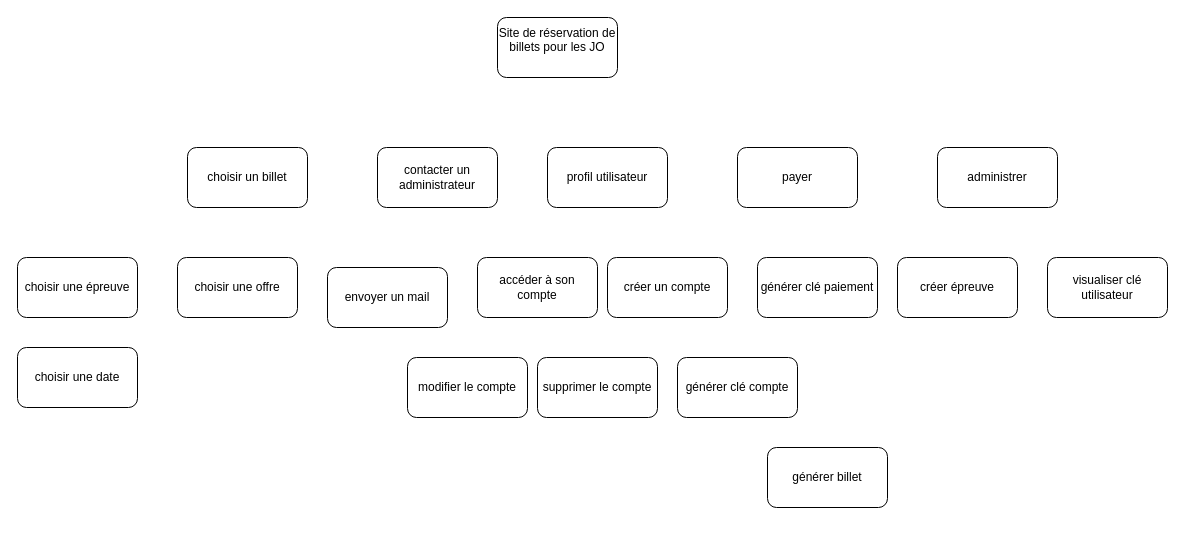
Above: Diagramme sans nom.drawio in mariannemnrt/packman (draw.io), before the change. Source tidied: cells renumbered, new cells numbered last; positions are measured from the earlier drawing's top-left corner, leaving out a move shared by most shapes. Both pictures are drawn from the tidied source at 100%, with x=0, y=0 at pixel (17, 17).
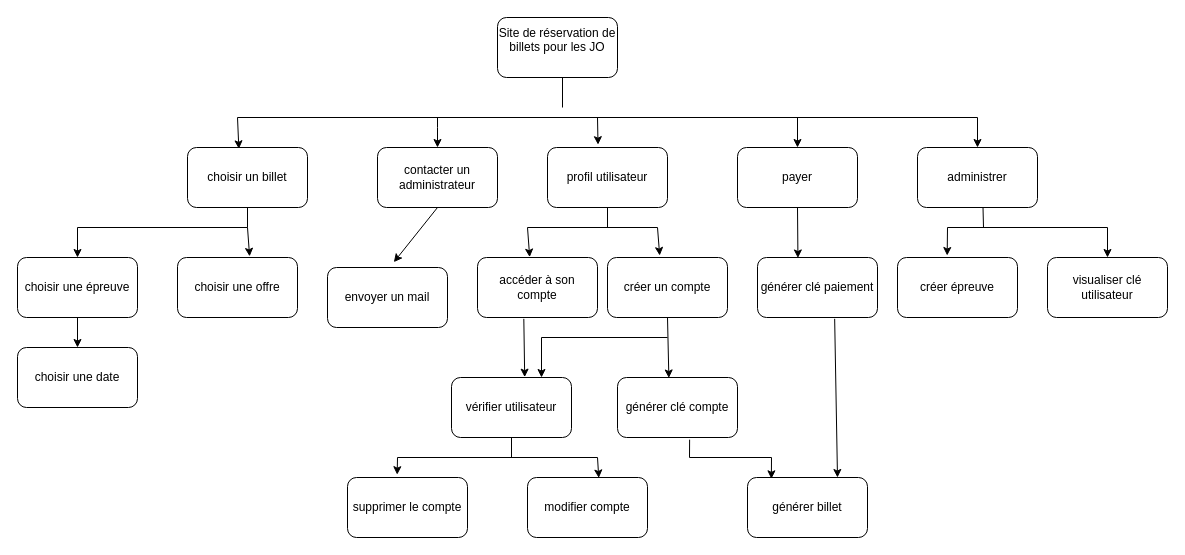
The same diagram, later.

Commit message:
arbre fonctionnalités

Unchanged cells that the change refers to:
```xml
<mxCell id="3" value="choisir un billet " style="rounded=1;whiteSpace=wrap;html=1;" parent="1" vertex="1">
  <mxGeometry x="170" y="130" width="120" height="60" as="geometry" />
</mxCell>
<mxCell id="4" value="profil utilisateur " style="rounded=1;whiteSpace=wrap;html=1;" parent="1" vertex="1">
  <mxGeometry x="530" y="130" width="120" height="60" as="geometry" />
</mxCell>
<mxCell id="5" value="contacter un administrateur " style="rounded=1;whiteSpace=wrap;html=1;" parent="1" vertex="1">
  <mxGeometry x="360" y="130" width="120" height="60" as="geometry" />
</mxCell>
<mxCell id="6" value="payer " style="rounded=1;whiteSpace=wrap;html=1;" parent="1" vertex="1">
  <mxGeometry x="720" y="130" width="120" height="60" as="geometry" />
</mxCell>
<mxCell id="7" value="choisir une épreuve " style="rounded=1;whiteSpace=wrap;html=1;" parent="1" vertex="1">
  <mxGeometry y="240" width="120" height="60" as="geometry" />
</mxCell>
<mxCell id="8" value="choisir une date " style="rounded=1;whiteSpace=wrap;html=1;" parent="1" vertex="1">
  <mxGeometry y="330" width="120" height="60" as="geometry" />
</mxCell>
<mxCell id="9" value="choisir une offre " style="rounded=1;whiteSpace=wrap;html=1;" parent="1" vertex="1">
  <mxGeometry x="160" y="240" width="120" height="60" as="geometry" />
</mxCell>
<mxCell id="10" value="créer un compte " style="rounded=1;whiteSpace=wrap;html=1;" parent="1" vertex="1">
  <mxGeometry x="590" y="240" width="120" height="60" as="geometry" />
</mxCell>
<mxCell id="11" value="accéder à son compte " style="rounded=1;whiteSpace=wrap;html=1;" parent="1" vertex="1">
  <mxGeometry x="460" y="240" width="120" height="60" as="geometry" />
</mxCell>
<mxCell id="14" value="envoyer un mail " style="rounded=1;whiteSpace=wrap;html=1;" parent="1" vertex="1">
  <mxGeometry x="310" y="250" width="120" height="60" as="geometry" />
</mxCell>
<mxCell id="15" value="générer clé paiement " style="rounded=1;whiteSpace=wrap;html=1;" parent="1" vertex="1">
  <mxGeometry x="740" y="240" width="120" height="60" as="geometry" />
</mxCell>
<mxCell id="19" value="créer épreuve " style="rounded=1;whiteSpace=wrap;html=1;" parent="1" vertex="1">
  <mxGeometry x="880" y="240" width="120" height="60" as="geometry" />
</mxCell>
<mxCell id="20" value="visualiser clé utilisateur" style="rounded=1;whiteSpace=wrap;html=1;" parent="1" vertex="1">
  <mxGeometry x="1030" y="240" width="120" height="60" as="geometry" />
</mxCell>
```

Change to the diagram source:
```diff
@@
-    <mxCell id="12" value="modifier le compte " style="rounded=1;whiteSpace=wrap;html=1;" parent="1" vertex="1">
-      <mxGeometry x="390" y="340" width="120" height="60" as="geometry" />
+    <mxCell id="12" value="vérifier utilisateur" style="rounded=1;whiteSpace=wrap;html=1;" parent="1" vertex="1">
+      <mxGeometry x="434" y="360" width="120" height="60" as="geometry" />
     </mxCell>
     <mxCell id="13" value="supprimer le compte " style="rounded=1;whiteSpace=wrap;html=1;" parent="1" vertex="1">
-      <mxGeometry x="520" y="340" width="120" height="60" as="geometry" />
+      <mxGeometry x="330" y="460" width="120" height="60" as="geometry" />
     </mxCell>
@@
     <mxCell id="16" value="générer clé compte " style="rounded=1;whiteSpace=wrap;html=1;" parent="1" vertex="1">
-      <mxGeometry x="660" y="340" width="120" height="60" as="geometry" />
+      <mxGeometry x="600" y="360" width="120" height="60" as="geometry" />
     </mxCell>
     <mxCell id="17" value="générer billet " style="rounded=1;whiteSpace=wrap;html=1;" parent="1" vertex="1">
-      <mxGeometry x="750" y="430" width="120" height="60" as="geometry" />
+      <mxGeometry x="730" y="460" width="120" height="60" as="geometry" />
     </mxCell>
     <mxCell id="18" value="administrer " style="rounded=1;whiteSpace=wrap;html=1;" parent="1" vertex="1">
-      <mxGeometry x="920" y="130" width="120" height="60" as="geometry" />
+      <mxGeometry x="900" y="130" width="120" height="60" as="geometry" />
     </mxCell>
@@
+    <mxCell id="21" style="endArrow=none;html=1;rounded=0;elbow=vertical;" parent="1" edge="1">
+      <mxGeometry relative="1" as="geometry">
+        <mxPoint x="545" y="90" as="sourcePoint" />
+        <mxPoint x="545" y="60" as="targetPoint" />
+      </mxGeometry>
+    </mxCell>
+    <mxCell id="22" style="endArrow=none;html=1;rounded=0;elbow=vertical;" parent="1" edge="1">
+      <mxGeometry relative="1" as="geometry">
+        <mxPoint x="220" y="100" as="sourcePoint" />
+        <mxPoint x="960" y="100" as="targetPoint" />
+      </mxGeometry>
+    </mxCell>
+    <mxCell id="23" style="endArrow=classic;html=1;rounded=0;elbow=vertical;entryX=0.428;entryY=0.022;entryDx=0;entryDy=0;entryPerimeter=0;" parent="1" edge="1" target="3">
+      <mxGeometry relative="1" as="geometry">
+        <mxPoint x="220" y="100" as="sourcePoint" />
+      </mxGeometry>
+    </mxCell>
+    <mxCell id="24" style="endArrow=classic;html=1;rounded=0;elbow=vertical;entryX=0.5;entryY=0;entryDx=0;entryDy=0;" parent="1" edge="1" target="5">
+      <mxGeometry relative="1" as="geometry">
+        <mxPoint x="420" y="100" as="sourcePoint" />
+        <Array as="points">
+          <mxPoint x="420" y="110" />
+        </Array>
+      </mxGeometry>
+    </mxCell>
+    <mxCell id="25" style="endArrow=classic;html=1;rounded=0;elbow=vertical;entryX=0.421;entryY=-0.047;entryDx=0;entryDy=0;entryPerimeter=0;" parent="1" edge="1" target="4">
+      <mxGeometry relative="1" as="geometry">
+        <mxPoint x="580" y="100" as="sourcePoint" />
+      </mxGeometry>
+    </mxCell>
+    <mxCell id="26" style="endArrow=classic;html=1;rounded=0;elbow=vertical;entryX=0.5;entryY=0;entryDx=0;entryDy=0;" parent="1" edge="1" target="6">
+      <mxGeometry relative="1" as="geometry">
+        <mxPoint x="780" y="100" as="sourcePoint" />
+      </mxGeometry>
+    </mxCell>
+    <mxCell id="27" style="endArrow=classic;html=1;rounded=0;elbow=vertical;entryX=0.5;entryY=0;entryDx=0;entryDy=0;" parent="1" edge="1" target="18">
+      <mxGeometry relative="1" as="geometry">
+        <mxPoint x="960" y="100" as="sourcePoint" />
+      </mxGeometry>
+    </mxCell>
+    <mxCell id="28" style="endArrow=none;html=1;rounded=0;elbow=vertical;" parent="1" edge="1">
+      <mxGeometry relative="1" as="geometry">
+        <mxPoint x="60" y="210" as="sourcePoint" />
+        <mxPoint x="230" y="210" as="targetPoint" />
+      </mxGeometry>
+    </mxCell>
+    <mxCell id="29" style="endArrow=none;html=1;rounded=0;elbow=vertical;entryX=0.5;entryY=1;entryDx=0;entryDy=0;" parent="1" edge="1" target="3">
+      <mxGeometry relative="1" as="geometry">
+        <mxPoint x="230" y="210" as="sourcePoint" />
+      </mxGeometry>
+    </mxCell>
+    <mxCell id="30" style="endArrow=classic;html=1;rounded=0;elbow=vertical;entryX=0.5;entryY=0;entryDx=0;entryDy=0;" parent="1" edge="1" target="7">
+      <mxGeometry relative="1" as="geometry">
+        <mxPoint x="60" y="210" as="sourcePoint" />
+      </mxGeometry>
+    </mxCell>
+    <mxCell id="31" style="endArrow=classic;html=1;rounded=0;elbow=vertical;entryX=0.601;entryY=-0.019;entryDx=0;entryDy=0;entryPerimeter=0;" parent="1" edge="1" target="9">
+      <mxGeometry relative="1" as="geometry">
+        <mxPoint x="230" y="210" as="sourcePoint" />
+      </mxGeometry>
+    </mxCell>
+    <mxCell id="32" style="endArrow=classic;html=1;rounded=0;elbow=vertical;exitX=0.5;exitY=1;exitDx=0;exitDy=0;entryX=0.5;entryY=0;entryDx=0;entryDy=0;" parent="1" edge="1" source="7" target="8">
+      <mxGeometry relative="1" as="geometry" />
+    </mxCell>
+    <mxCell id="33" style="endArrow=classic;html=1;rounded=0;elbow=vertical;exitX=0.5;exitY=1;exitDx=0;exitDy=0;entryX=0.553;entryY=-0.089;entryDx=0;entryDy=0;entryPerimeter=0;" parent="1" edge="1" source="5" target="14">
+      <mxGeometry relative="1" as="geometry" />
+    </mxCell>
+    <mxCell id="34" style="endArrow=none;html=1;rounded=0;elbow=vertical;" parent="1" edge="1">
+      <mxGeometry relative="1" as="geometry">
+        <mxPoint x="510" y="210" as="sourcePoint" />
+        <mxPoint x="640" y="210" as="targetPoint" />
+      </mxGeometry>
+    </mxCell>
+    <mxCell id="35" style="endArrow=none;html=1;rounded=0;elbow=vertical;entryX=0.5;entryY=1;entryDx=0;entryDy=0;" parent="1" edge="1" target="4">
+      <mxGeometry relative="1" as="geometry">
+        <mxPoint x="590" y="210" as="sourcePoint" />
+      </mxGeometry>
+    </mxCell>
+    <mxCell id="36" style="endArrow=classic;html=1;rounded=0;elbow=vertical;entryX=0.435;entryY=-0.006;entryDx=0;entryDy=0;entryPerimeter=0;" parent="1" edge="1" target="11">
+      <mxGeometry relative="1" as="geometry">
+        <mxPoint x="510" y="210" as="sourcePoint" />
+      </mxGeometry>
+    </mxCell>
+    <mxCell id="37" style="endArrow=classic;html=1;rounded=0;elbow=vertical;entryX=0.435;entryY=-0.033;entryDx=0;entryDy=0;entryPerimeter=0;" parent="1" edge="1" target="10">
+      <mxGeometry relative="1" as="geometry">
+        <mxPoint x="640" y="210" as="sourcePoint" />
+      </mxGeometry>
+    </mxCell>
+    <mxCell id="38" style="endArrow=none;html=1;rounded=0;elbow=vertical;" parent="1" edge="1">
+      <mxGeometry relative="1" as="geometry">
+        <mxPoint x="930" y="210" as="sourcePoint" />
+        <mxPoint x="1090" y="210" as="targetPoint" />
+      </mxGeometry>
+    </mxCell>
+    <mxCell id="39" style="endArrow=none;html=1;rounded=0;elbow=vertical;entryX=0.546;entryY=1.008;entryDx=0;entryDy=0;entryPerimeter=0;" parent="1" edge="1" target="18">
+      <mxGeometry relative="1" as="geometry">
+        <mxPoint x="966" y="210" as="sourcePoint" />
+      </mxGeometry>
+    </mxCell>
+    <mxCell id="40" style="endArrow=classic;html=1;rounded=0;elbow=vertical;entryX=0.414;entryY=-0.033;entryDx=0;entryDy=0;entryPerimeter=0;" parent="1" edge="1" target="19">
+      <mxGeometry relative="1" as="geometry">
+        <mxPoint x="930" y="210" as="sourcePoint" />
+      </mxGeometry>
+    </mxCell>
+    <mxCell id="41" style="endArrow=classic;html=1;rounded=0;elbow=vertical;entryX=0.5;entryY=0;entryDx=0;entryDy=0;" parent="1" edge="1" target="20">
+      <mxGeometry relative="1" as="geometry">
+        <mxPoint x="1090" y="210" as="sourcePoint" />
+      </mxGeometry>
+    </mxCell>
+    <mxCell id="42" style="endArrow=classic;html=1;rounded=0;elbow=vertical;exitX=0.5;exitY=1;exitDx=0;exitDy=0;entryX=0.428;entryY=0.008;entryDx=0;entryDy=0;entryPerimeter=0;" parent="1" edge="1" source="10" target="16">
+      <mxGeometry relative="1" as="geometry" />
+    </mxCell>
+    <mxCell id="43" style="endArrow=classic;html=1;rounded=0;elbow=vertical;exitX=0.386;exitY=1.022;exitDx=0;exitDy=0;exitPerimeter=0;entryX=0.61;entryY=-0.006;entryDx=0;entryDy=0;entryPerimeter=0;" parent="1" edge="1" source="11" target="12">
+      <mxGeometry relative="1" as="geometry" />
+    </mxCell>
+    <mxCell id="44" style="endArrow=classic;html=1;rounded=0;elbow=vertical;entryX=0.75;entryY=0;entryDx=0;entryDy=0;" parent="1" edge="1" target="12">
+      <mxGeometry relative="1" as="geometry">
+        <mxPoint x="650" y="320" as="sourcePoint" />
+        <Array as="points">
+          <mxPoint x="524" y="320" />
+        </Array>
+      </mxGeometry>
+    </mxCell>
+    <mxCell id="45" value="modifier compte " style="rounded=1;whiteSpace=wrap;html=1;" parent="1" vertex="1">
+      <mxGeometry x="510" y="460" width="120" height="60" as="geometry" />
+    </mxCell>
+    <mxCell id="46" style="endArrow=none;html=1;rounded=0;elbow=vertical;" parent="1" edge="1">
+      <mxGeometry relative="1" as="geometry">
+        <mxPoint x="380" y="440" as="sourcePoint" />
+        <mxPoint x="580" y="440" as="targetPoint" />
+      </mxGeometry>
+    </mxCell>
+    <mxCell id="47" style="endArrow=none;html=1;rounded=0;elbow=vertical;exitX=0.5;exitY=1;exitDx=0;exitDy=0;" parent="1" edge="1" source="12">
+      <mxGeometry relative="1" as="geometry">
+        <mxPoint x="494" y="440" as="targetPoint" />
+      </mxGeometry>
+    </mxCell>
+    <mxCell id="48" style="endArrow=classic;html=1;rounded=0;elbow=vertical;entryX=0.414;entryY=-0.047;entryDx=0;entryDy=0;entryPerimeter=0;" parent="1" edge="1" target="13">
+      <mxGeometry relative="1" as="geometry">
+        <mxPoint x="380" y="440" as="sourcePoint" />
+      </mxGeometry>
+    </mxCell>
+    <mxCell id="49" style="endArrow=classic;html=1;rounded=0;elbow=vertical;entryX=0.594;entryY=0.008;entryDx=0;entryDy=0;entryPerimeter=0;" parent="1" edge="1" target="45">
+      <mxGeometry relative="1" as="geometry">
+        <mxPoint x="580" y="440" as="sourcePoint" />
+      </mxGeometry>
+    </mxCell>
+    <mxCell id="50" style="endArrow=classic;html=1;rounded=0;elbow=vertical;exitX=0.5;exitY=1;exitDx=0;exitDy=0;entryX=0.337;entryY=0.008;entryDx=0;entryDy=0;entryPerimeter=0;" parent="1" edge="1" source="6" target="15">
+      <mxGeometry relative="1" as="geometry" />
+    </mxCell>
+    <mxCell id="51" style="endArrow=classic;html=1;rounded=0;elbow=vertical;exitX=0.601;exitY=1.036;exitDx=0;exitDy=0;exitPerimeter=0;entryX=0.199;entryY=0.022;entryDx=0;entryDy=0;entryPerimeter=0;" parent="1" edge="1" source="16" target="17">
+      <mxGeometry relative="1" as="geometry">
+        <Array as="points">
+          <mxPoint x="672" y="440" />
+          <mxPoint x="754" y="440" />
+        </Array>
+      </mxGeometry>
+    </mxCell>
+    <mxCell id="52" style="endArrow=classic;html=1;rounded=0;elbow=vertical;exitX=0.643;exitY=1.022;exitDx=0;exitDy=0;exitPerimeter=0;entryX=0.75;entryY=0;entryDx=0;entryDy=0;" parent="1" edge="1" source="15" target="17">
+      <mxGeometry relative="1" as="geometry" />
+    </mxCell>
```
